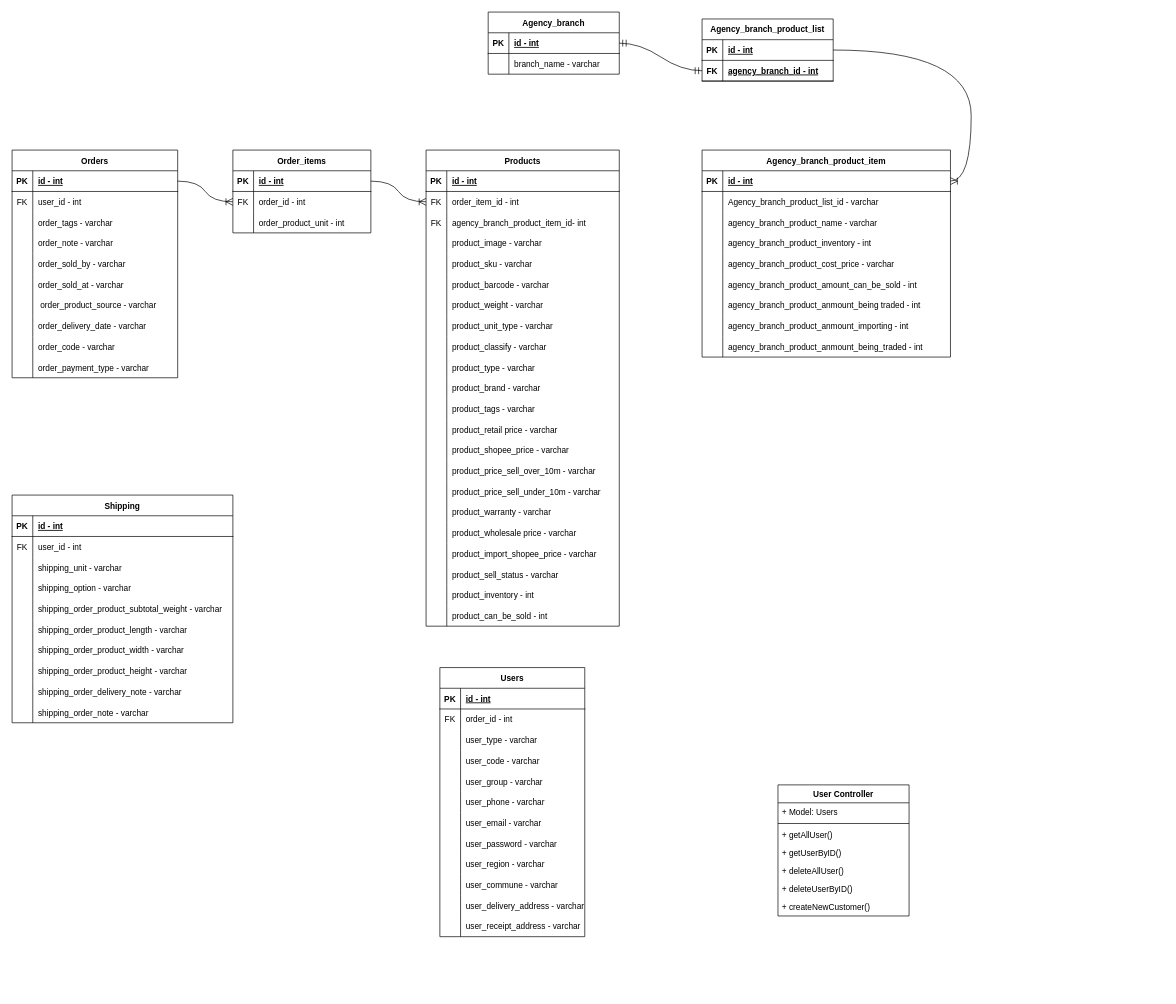
Above: Untitled Diagram.drawio in tuantransn2001/MHK_Admin_Server_V1 (draw.io), before the change. Source tidied: cells renumbered, new cells numbered last; positions are measured from the earlier drawing's top-left corner, leaving out a move shared by most shapes. Both pictures are drawn from the tidied source at 69%, with x=0, y=0 at pixel (12, 12).
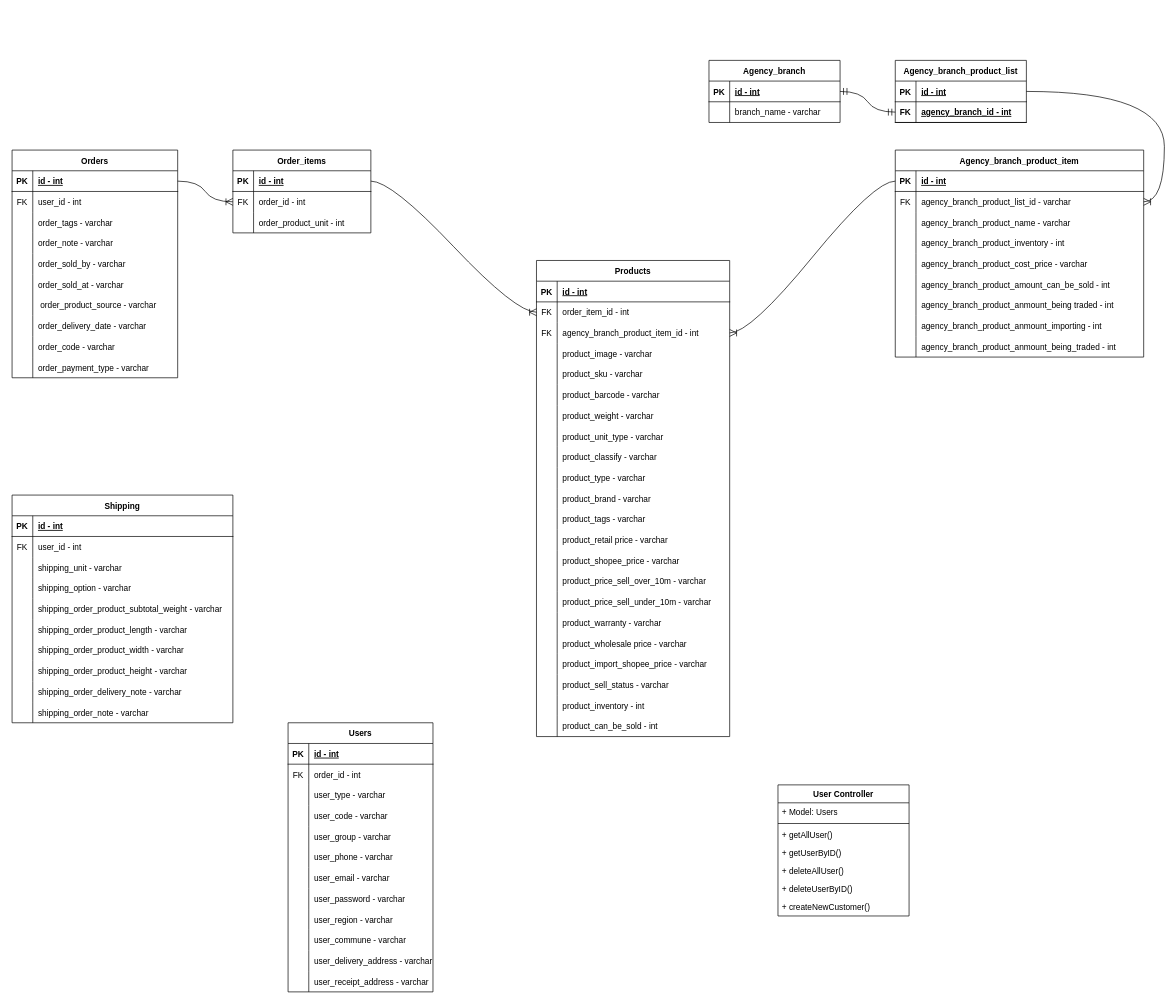
The same page after the edit.

Commit message (it also covers changes not shown here):
Cập nhật Untitled Diagram.drawio

The change refers to these unchanged cells:
```xml
<mxCell id="85" style="shape=tableRow;horizontal=0;startSize=0;swimlaneHead=0;swimlaneBody=0;fillColor=none;points=[[0,0.5],[1,0.5]];portConstraint=eastwest;top=0;left=0;right=0;bottom=0;" parent="78" vertex="1">
  <mxGeometry y="90" width="280" height="30" as="geometry" />
</mxCell>
<mxCell id="196" style="shape=tableRow;horizontal=0;startSize=0;swimlaneHead=0;swimlaneBody=0;fillColor=none;points=[[0,0.5],[1,0.5]];portConstraint=eastwest;top=0;left=0;right=0;bottom=1;" parent="195" vertex="1">
  <mxGeometry y="30" width="190" height="30" as="geometry" />
</mxCell>
<mxCell id="203" style="shape=tableRow;horizontal=0;startSize=0;swimlaneHead=0;swimlaneBody=0;fillColor=none;points=[[0,0.5],[1,0.5]];portConstraint=eastwest;top=0;left=0;right=0;bottom=1;" parent="202" vertex="1">
  <mxGeometry y="30" width="360" height="30" as="geometry" />
</mxCell>
<mxCell id="206" style="shape=tableRow;horizontal=0;startSize=0;swimlaneHead=0;swimlaneBody=0;fillColor=none;points=[[0,0.5],[1,0.5]];portConstraint=eastwest;top=0;left=0;right=0;bottom=0;" parent="202" vertex="1">
  <mxGeometry y="60" width="360" height="30" as="geometry" />
</mxCell>
```

The edit, as a diff of the source:
```diff
@@
     <mxCell id="2" value="Users" style="shape=table;startSize=30;childLayout=tableLayout;rowLines=0;fontStyle=1;align=center;" parent="1" vertex="1">
-      <mxGeometry x="620" y="950" width="210" height="390" as="geometry" />
+      <mxGeometry x="400" y="1030" width="210" height="390" as="geometry" />
     </mxCell>
@@
     <mxCell id="78" value="Products" style="shape=table;startSize=30;childLayout=tableLayout;rowLines=0;fontStyle=1;align=center;" parent="1" vertex="1">
-      <mxGeometry x="600" y="200" width="280" height="690" as="geometry" />
+      <mxGeometry x="760" y="360" width="280" height="690" as="geometry" />
     </mxCell>
@@
-    <mxCell id="87" value="agency_branch_product_item_id- int" style="shape=partialRectangle;fillColor=none;top=0;left=0;bottom=0;right=0;align=left;spacingLeft=6;overflow=hidden;" parent="85" vertex="1">
+    <mxCell id="87" value="agency_branch_product_item_id - int" style="shape=partialRectangle;fillColor=none;top=0;left=0;bottom=0;right=0;align=left;spacingLeft=6;overflow=hidden;" parent="85" vertex="1">
       <mxGeometry x="30" width="250" height="30" as="geometry" />
     </mxCell>
@@
     <mxCell id="145" value="Agency_branch" style="shape=table;startSize=30;childLayout=tableLayout;rowLines=0;fontStyle=1;align=center;" parent="1" vertex="1">
-      <mxGeometry x="690" width="190" height="90" as="geometry" />
+      <mxGeometry x="1010" y="70" width="190" height="90" as="geometry" />
     </mxCell>
@@
     <mxCell id="195" value="Agency_branch_product_list" style="shape=table;startSize=30;childLayout=tableLayout;rowLines=0;fontStyle=1;align=center;" parent="1" vertex="1">
-      <mxGeometry x="1000" y="10" width="190" height="90" as="geometry" />
+      <mxGeometry x="1280" y="70" width="190" height="90" as="geometry" />
     </mxCell>
@@
     <mxCell id="202" value="Agency_branch_product_item" style="shape=table;startSize=30;childLayout=tableLayout;rowLines=0;fontStyle=1;align=center;" parent="1" vertex="1">
-      <mxGeometry x="1000" y="200" width="360" height="300" as="geometry" />
+      <mxGeometry x="1280" y="200" width="360" height="300" as="geometry" />
     </mxCell>
@@
-    <mxCell id="207" style="shape=partialRectangle;fillColor=none;top=0;left=0;bottom=0;right=0;overflow=hidden;" parent="206" vertex="1">
+    <mxCell id="207" value="FK" style="shape=partialRectangle;fillColor=none;top=0;left=0;bottom=0;right=0;overflow=hidden;" parent="206" vertex="1">
       <mxGeometry width="30" height="30" as="geometry" />
     </mxCell>
-    <mxCell id="208" value="Agency_branch_product_list_id - varchar" style="shape=partialRectangle;fillColor=none;top=0;left=0;bottom=0;right=0;align=left;spacingLeft=6;overflow=hidden;" parent="206" vertex="1">
+    <mxCell id="208" value="agency_branch_product_list_id - varchar" style="shape=partialRectangle;fillColor=none;top=0;left=0;bottom=0;right=0;align=left;spacingLeft=6;overflow=hidden;" parent="206" vertex="1">
       <mxGeometry x="30" width="330" height="30" as="geometry" />
     </mxCell>
@@
-    <mxCell id="230" style="edgeStyle=entityRelationEdgeStyle;fontSize=12;html=1;endArrow=ERoneToMany;rounded=0;startSize=8;endSize=8;curved=1;exitX=1;exitY=0.5;exitDx=0;exitDy=0;" parent="1" edge="1" source="196" target="203">
+    <mxCell id="230" style="edgeStyle=entityRelationEdgeStyle;fontSize=12;html=1;endArrow=ERoneToMany;rounded=0;startSize=8;endSize=8;curved=1;exitX=1;exitY=0.5;exitDx=0;exitDy=0;" parent="1" edge="1" source="196" target="206">
       <mxGeometry relative="1" as="geometry" />
     </mxCell>
@@
+    <mxCell id="232" style="edgeStyle=entityRelationEdgeStyle;fontSize=12;html=1;endArrow=ERoneToMany;rounded=0;startSize=8;endSize=8;curved=1;exitX=0;exitY=0.5;exitDx=0;exitDy=0;entryX=1;entryY=0.5;entryDx=0;entryDy=0;" parent="1" edge="1" source="203" target="85">
+      <mxGeometry relative="1" as="geometry" />
+    </mxCell>
```
